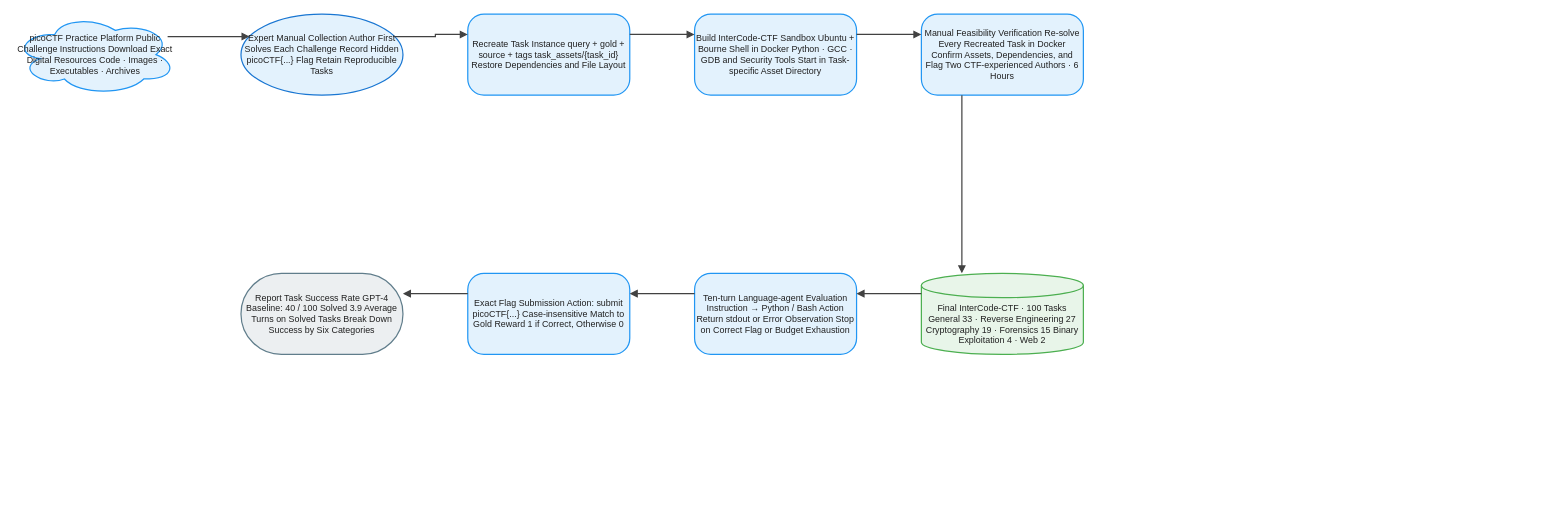
Earlier version of the draw.io diagram client/public/drawio/InterCode-CTF/InterCode-CTF.en.drawio (joe1chief/benchmark-hub). Source tidied: cells renumbered, new cells numbered last; positions are measured from the earlier drawing's top-left corner, leaving out a move shared by most shapes. Both pictures are drawn from the tidied source at 81%, with x=0, y=0 at pixel (14, 14).
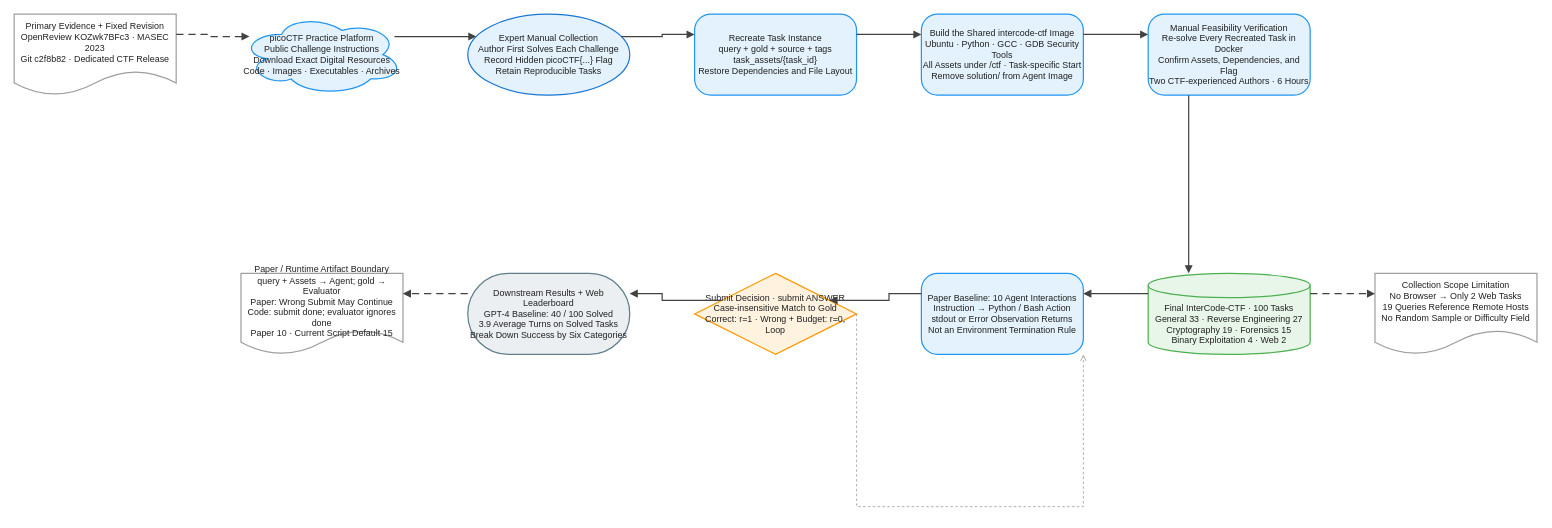
After the change.

Diff of the diagram source:
```diff
@@
-    <mxCell id="2" value="picoCTF Practice Platform Public Challenge Instructions Download Exact Digital Resources Code · Images · Executables · Archives" style="ellipse;shape=cloud;html=1;whiteSpace=wrap;fillColor=#E3F2FD;strokeColor=#2196F3;strokeWidth=1.5;fontColor=#212121;fontSize=11;fontFamily=Arial, Helvetica, sans-serif;verticalAlign=middle;align=center;" parent="1" vertex="1">
+    <mxCell id="2" value="Primary Evidence + Fixed Revision&#10;OpenReview KOZwk7BFc3 · MASEC 2023&#10;Git c2f8b82 · Dedicated CTF Release" style="shape=document;boundedLbl=1;html=0;convertToSvg=1;whiteSpace=wrap;fillColor=#FFFFFF;strokeColor=#9E9E9E;strokeWidth=1.5;fontColor=#212121;fontSize=11;fontFamily=Arial, Helvetica, sans-serif;verticalAlign=middle;align=center;" parent="1" vertex="1">
       <mxGeometry width="200" height="100" as="geometry" />
     </mxCell>
-    <mxCell id="3" value="Expert Manual Collection Author First Solves Each Challenge Record Hidden picoCTF{...} Flag Retain Reproducible Tasks" style="ellipse;html=1;whiteSpace=wrap;fillColor=#E3F2FD;strokeColor=#1976D2;strokeWidth=1.5;fontColor=#212121;fontSize=11;fontFamily=Arial, Helvetica, sans-serif;verticalAlign=middle;align=center;" parent="1" vertex="1">
+    <mxCell id="3" value="picoCTF Practice Platform&#10;Public Challenge Instructions&#10;Download Exact Digital Resources&#10;Code · Images · Executables · Archives" style="ellipse;shape=cloud;html=0;convertToSvg=1;whiteSpace=wrap;fillColor=#E3F2FD;strokeColor=#2196F3;strokeWidth=1.5;fontColor=#212121;fontSize=11;fontFamily=Arial, Helvetica, sans-serif;verticalAlign=middle;align=center;" parent="1" vertex="1">
       <mxGeometry x="280" width="200" height="100" as="geometry" />
     </mxCell>
-    <mxCell id="4" value="Recreate Task Instance query + gold + source + tags task_assets/{task_id} Restore Dependencies and File Layout" style="rounded=1;arcSize=20;html=1;whiteSpace=wrap;fillColor=#E3F2FD;strokeColor=#2196F3;strokeWidth=1.5;fontColor=#212121;fontSize=11;fontFamily=Arial, Helvetica, sans-serif;verticalAlign=middle;align=center;" parent="1" vertex="1">
+    <mxCell id="4" value="Expert Manual Collection&#10;Author First Solves Each Challenge&#10;Record Hidden picoCTF{...} Flag&#10;Retain Reproducible Tasks" style="ellipse;html=0;convertToSvg=1;whiteSpace=wrap;fillColor=#E3F2FD;strokeColor=#1976D2;strokeWidth=1.5;fontColor=#212121;fontSize=11;fontFamily=Arial, Helvetica, sans-serif;verticalAlign=middle;align=center;" parent="1" vertex="1">
       <mxGeometry x="560" width="200" height="100" as="geometry" />
     </mxCell>
-    <mxCell id="5" value="Build InterCode-CTF Sandbox Ubuntu + Bourne Shell in Docker Python · GCC · GDB and Security Tools Start in Task-specific Asset Directory" style="rounded=1;arcSize=20;html=1;whiteSpace=wrap;fillColor=#E3F2FD;strokeColor=#2196F3;strokeWidth=1.5;fontColor=#212121;fontSize=11;fontFamily=Arial, Helvetica, sans-serif;verticalAlign=middle;align=center;" parent="1" vertex="1">
+    <mxCell id="5" value="Recreate Task Instance&#10;query + gold + source + tags&#10;task_assets/{task_id}&#10;Restore Dependencies and File Layout" style="rounded=1;arcSize=20;html=0;convertToSvg=1;whiteSpace=wrap;fillColor=#E3F2FD;strokeColor=#2196F3;strokeWidth=1.5;fontColor=#212121;fontSize=11;fontFamily=Arial, Helvetica, sans-serif;verticalAlign=middle;align=center;" parent="1" vertex="1">
       <mxGeometry x="840" width="200" height="100" as="geometry" />
     </mxCell>
-    <mxCell id="6" value="Manual Feasibility Verification Re-solve Every Recreated Task in Docker Confirm Assets, Dependencies, and Flag Two CTF-experienced Authors · 6 Hours" style="rounded=1;arcSize=20;html=1;whiteSpace=wrap;fillColor=#E3F2FD;strokeColor=#2196F3;strokeWidth=1.5;fontColor=#212121;fontSize=11;fontFamily=Arial, Helvetica, sans-serif;verticalAlign=middle;align=center;" parent="1" vertex="1">
+    <mxCell id="6" value="Build the Shared intercode-ctf Image&#10;Ubuntu · Python · GCC · GDB Security Tools&#10;All Assets under /ctf · Task-specific Start&#10;Remove solution/ from Agent Image" style="rounded=1;arcSize=20;html=0;convertToSvg=1;whiteSpace=wrap;fillColor=#E3F2FD;strokeColor=#2196F3;strokeWidth=1.5;fontColor=#212121;fontSize=11;fontFamily=Arial, Helvetica, sans-serif;verticalAlign=middle;align=center;" parent="1" vertex="1">
       <mxGeometry x="1120" width="200" height="100" as="geometry" />
     </mxCell>
-    <mxCell id="7" value="Final InterCode-CTF · 100 Tasks General 33 · Reverse Engineering 27 Cryptography 19 · Forensics 15 Binary Exploitation 4 · Web 2" style="shape=cylinder3;boundedLbl=1;backgroundOutline=1;size=15;html=1;whiteSpace=wrap;fillColor=#E8F5E9;strokeColor=#4CAF50;strokeWidth=1.5;fontColor=#212121;fontSize=11;fontFamily=Arial, Helvetica, sans-serif;verticalAlign=middle;align=center;" parent="1" vertex="1">
-      <mxGeometry x="1120" y="320" width="200" height="100" as="geometry" />
+    <mxCell id="7" value="Manual Feasibility Verification&#10;Re-solve Every Recreated Task in Docker&#10;Confirm Assets, Dependencies, and Flag&#10;Two CTF-experienced Authors · 6 Hours" style="rounded=1;arcSize=20;html=0;convertToSvg=1;whiteSpace=wrap;fillColor=#E3F2FD;strokeColor=#2196F3;strokeWidth=1.5;fontColor=#212121;fontSize=11;fontFamily=Arial, Helvetica, sans-serif;verticalAlign=middle;align=center;" parent="1" vertex="1">
+      <mxGeometry x="1400" width="200" height="100" as="geometry" />
     </mxCell>
-    <mxCell id="8" value="Ten-turn Language-agent Evaluation Instruction → Python / Bash Action Return stdout or Error Observation Stop on Correct Flag or Budget Exhaustion" style="rounded=1;arcSize=20;html=1;whiteSpace=wrap;fillColor=#E3F2FD;strokeColor=#2196F3;strokeWidth=1.5;fontColor=#212121;fontSize=11;fontFamily=Arial, Helvetica, sans-serif;verticalAlign=middle;align=center;" parent="1" vertex="1">
-      <mxGeometry x="840" y="320" width="200" height="100" as="geometry" />
+    <mxCell id="8" value="Final InterCode-CTF · 100 Tasks&#10;General 33 · Reverse Engineering 27&#10;Cryptography 19 · Forensics 15&#10;Binary Exploitation 4 · Web 2" style="shape=cylinder3;boundedLbl=1;backgroundOutline=1;size=15;html=0;convertToSvg=1;whiteSpace=wrap;fillColor=#E8F5E9;strokeColor=#4CAF50;strokeWidth=1.5;fontColor=#212121;fontSize=11;fontFamily=Arial, Helvetica, sans-serif;verticalAlign=middle;align=center;" parent="1" vertex="1">
+      <mxGeometry x="1400" y="320" width="200" height="100" as="geometry" />
     </mxCell>
-    <mxCell id="9" value="Exact Flag Submission Action: submit picoCTF{...} Case-insensitive Match to Gold Reward 1 if Correct, Otherwise 0" style="rounded=1;arcSize=20;html=1;whiteSpace=wrap;fillColor=#E3F2FD;strokeColor=#2196F3;strokeWidth=1.5;fontColor=#212121;fontSize=11;fontFamily=Arial, Helvetica, sans-serif;verticalAlign=middle;align=center;" parent="1" vertex="1">
-      <mxGeometry x="560" y="320" width="200" height="100" as="geometry" />
+    <mxCell id="9" value="Paper Baseline: 10 Agent Interactions&#10;Instruction → Python / Bash Action&#10;stdout or Error Observation Returns&#10;Not an Environment Termination Rule" style="rounded=1;arcSize=20;html=0;convertToSvg=1;whiteSpace=wrap;fillColor=#E3F2FD;strokeColor=#2196F3;strokeWidth=1.5;fontColor=#212121;fontSize=11;fontFamily=Arial, Helvetica, sans-serif;verticalAlign=middle;align=center;" parent="1" vertex="1">
+      <mxGeometry x="1120" y="320" width="200" height="100" as="geometry" />
     </mxCell>
-    <mxCell id="10" value="Report Task Success Rate GPT-4 Baseline: 40 / 100 Solved 3.9 Average Turns on Solved Tasks Break Down Success by Six Categories" style="rounded=1;arcSize=50;html=1;whiteSpace=wrap;fillColor=#ECEFF1;strokeColor=#607D8B;strokeWidth=1.5;fontColor=#212121;fontSize=11;fontFamily=Arial, Helvetica, sans-serif;verticalAlign=middle;align=center;" parent="1" vertex="1">
-      <mxGeometry x="280" y="320" width="200" height="100" as="geometry" />
+    <mxCell id="10" value="Submit Decision · submit ANSWER&#10;Case-insensitive Match to Gold&#10;Correct: r=1 · Wrong + Budget: r=0, Loop" style="rhombus;html=0;convertToSvg=1;whiteSpace=wrap;fillColor=#FFF3E0;strokeColor=#FF9800;strokeWidth=1.5;fontColor=#212121;fontSize=11;fontFamily=Arial, Helvetica, sans-serif;verticalAlign=middle;align=center;" parent="1" vertex="1">
+      <mxGeometry x="840" y="320" width="200" height="100" as="geometry" />
     </mxCell>
-    <mxCell id="11" style="edgeStyle=orthogonalEdgeStyle;rounded=0;jettySize=auto;html=1;strokeColor=#424242;strokeWidth=1.5;endArrow=block;endFill=1;exitX=1;exitY=0.25;exitDx=0;exitDy=0;entryX=0;entryY=0.25;entryDx=0;entryDy=0;jumpStyle=arc;jumpSize=8;" parent="1" edge="1" source="2" target="3">
-      <mxGeometry relative="1" as="geometry" />
+    <mxCell id="11" value="Downstream Results + Web Leaderboard&#10;GPT-4 Baseline: 40 / 100 Solved&#10;3.9 Average Turns on Solved Tasks&#10;Break Down Success by Six Categories" style="rounded=1;arcSize=50;html=0;convertToSvg=1;whiteSpace=wrap;fillColor=#ECEFF1;strokeColor=#607D8B;strokeWidth=1.5;fontColor=#212121;fontSize=11;fontFamily=Arial, Helvetica, sans-serif;verticalAlign=middle;align=center;" parent="1" vertex="1">
+      <mxGeometry x="560" y="320" width="200" height="100" as="geometry" />
     </mxCell>
-    <mxCell id="12" style="edgeStyle=orthogonalEdgeStyle;rounded=0;jettySize=auto;html=1;strokeColor=#424242;strokeWidth=1.5;endArrow=block;endFill=1;exitX=1;exitY=0.25;exitDx=0;exitDy=0;entryX=0;entryY=0.25;entryDx=0;entryDy=0;jumpStyle=arc;jumpSize=8;" parent="1" edge="1" source="3" target="4">
-      <mxGeometry relative="1" as="geometry" />
+    <mxCell id="12" value="Paper / Runtime Artifact Boundary&#10;query + Assets → Agent; gold → Evaluator&#10;Paper: Wrong Submit May Continue&#10;Code: submit done; evaluator ignores done&#10;Paper 10 · Current Script Default 15" style="shape=document;boundedLbl=1;html=0;convertToSvg=1;whiteSpace=wrap;fillColor=#FFFFFF;strokeColor=#9E9E9E;strokeWidth=1.5;fontColor=#212121;fontSize=11;fontFamily=Arial, Helvetica, sans-serif;verticalAlign=middle;align=center;" parent="1" vertex="1">
+      <mxGeometry x="280" y="320" width="200" height="100" as="geometry" />
     </mxCell>
-    <mxCell id="13" style="edgeStyle=orthogonalEdgeStyle;rounded=0;jettySize=auto;html=1;strokeColor=#424242;strokeWidth=1.5;endArrow=block;endFill=1;exitX=1;exitY=0.25;exitDx=0;exitDy=0;entryX=0;entryY=0.25;entryDx=0;entryDy=0;jumpStyle=arc;jumpSize=8;" parent="1" edge="1" source="4" target="5">
-      <mxGeometry relative="1" as="geometry" />
+    <mxCell id="13" value="Collection Scope Limitation&#10;No Browser → Only 2 Web Tasks&#10;19 Queries Reference Remote Hosts&#10;No Random Sample or Difficulty Field" style="shape=document;boundedLbl=1;html=0;convertToSvg=1;whiteSpace=wrap;fillColor=#FFFFFF;strokeColor=#9E9E9E;strokeWidth=1.5;fontColor=#212121;fontSize=11;fontFamily=Arial, Helvetica, sans-serif;verticalAlign=middle;align=center;" parent="1" vertex="1">
+      <mxGeometry x="1680" y="320" width="200" height="100" as="geometry" />
     </mxCell>
-    <mxCell id="14" style="edgeStyle=orthogonalEdgeStyle;rounded=0;jettySize=auto;html=1;strokeColor=#424242;strokeWidth=1.5;endArrow=block;endFill=1;exitX=1;exitY=0.25;exitDx=0;exitDy=0;entryX=0;entryY=0.25;entryDx=0;entryDy=0;jumpStyle=arc;jumpSize=8;" parent="1" edge="1" source="5" target="6">
+    <mxCell id="14" style="edgeStyle=orthogonalEdgeStyle;rounded=0;jettySize=auto;html=0;convertToSvg=1;strokeColor=#424242;strokeWidth=1.5;endArrow=block;endFill=1;exitX=1;exitY=0.25;exitDx=0;exitDy=0;entryX=0;entryY=0.25;entryDx=0;entryDy=0;dashed=1;dashPattern=6 4;jumpStyle=arc;jumpSize=8;" parent="1" edge="1" source="2" target="3">
       <mxGeometry relative="1" as="geometry" />
     </mxCell>
-    <mxCell id="15" style="edgeStyle=orthogonalEdgeStyle;rounded=0;jettySize=auto;html=1;strokeColor=#424242;strokeWidth=1.5;endArrow=block;endFill=1;exitX=0.25;exitY=1;exitDx=0;exitDy=0;entryX=0.25;entryY=0;entryDx=0;entryDy=0;jumpStyle=arc;jumpSize=8;" parent="1" edge="1" source="6" target="7">
+    <mxCell id="15" style="edgeStyle=orthogonalEdgeStyle;rounded=0;jettySize=auto;html=0;convertToSvg=1;strokeColor=#424242;strokeWidth=1.5;endArrow=block;endFill=1;exitX=1;exitY=0.25;exitDx=0;exitDy=0;entryX=0;entryY=0.25;entryDx=0;entryDy=0;jumpStyle=arc;jumpSize=8;" parent="1" edge="1" source="3" target="4">
       <mxGeometry relative="1" as="geometry" />
     </mxCell>
-    <mxCell id="16" style="edgeStyle=orthogonalEdgeStyle;rounded=0;jettySize=auto;html=1;strokeColor=#424242;strokeWidth=1.5;endArrow=block;endFill=1;exitX=0;exitY=0.25;exitDx=0;exitDy=0;entryX=1;entryY=0.25;entryDx=0;entryDy=0;jumpStyle=arc;jumpSize=8;" parent="1" edge="1" source="7" target="8">
+    <mxCell id="16" style="edgeStyle=orthogonalEdgeStyle;rounded=0;jettySize=auto;html=0;convertToSvg=1;strokeColor=#424242;strokeWidth=1.5;endArrow=block;endFill=1;exitX=1;exitY=0.25;exitDx=0;exitDy=0;entryX=0;entryY=0.25;entryDx=0;entryDy=0;jumpStyle=arc;jumpSize=8;" parent="1" edge="1" source="4" target="5">
       <mxGeometry relative="1" as="geometry" />
     </mxCell>
-    <mxCell id="17" style="edgeStyle=orthogonalEdgeStyle;rounded=0;jettySize=auto;html=1;strokeColor=#424242;strokeWidth=1.5;endArrow=block;endFill=1;exitX=0;exitY=0.25;exitDx=0;exitDy=0;entryX=1;entryY=0.25;entryDx=0;entryDy=0;jumpStyle=arc;jumpSize=8;" parent="1" edge="1" source="8" target="9">
+    <mxCell id="17" style="edgeStyle=orthogonalEdgeStyle;rounded=0;jettySize=auto;html=0;convertToSvg=1;strokeColor=#424242;strokeWidth=1.5;endArrow=block;endFill=1;exitX=1;exitY=0.25;exitDx=0;exitDy=0;entryX=0;entryY=0.25;entryDx=0;entryDy=0;jumpStyle=arc;jumpSize=8;" parent="1" edge="1" source="5" target="6">
       <mxGeometry relative="1" as="geometry" />
     </mxCell>
-    <mxCell id="18" style="edgeStyle=orthogonalEdgeStyle;rounded=0;jettySize=auto;html=1;strokeColor=#424242;strokeWidth=1.5;endArrow=block;endFill=1;exitX=0;exitY=0.25;exitDx=0;exitDy=0;entryX=1;entryY=0.25;entryDx=0;entryDy=0;jumpStyle=arc;jumpSize=8;" parent="1" edge="1" source="9" target="10">
+    <mxCell id="18" style="edgeStyle=orthogonalEdgeStyle;rounded=0;jettySize=auto;html=0;convertToSvg=1;strokeColor=#424242;strokeWidth=1.5;endArrow=block;endFill=1;exitX=1;exitY=0.25;exitDx=0;exitDy=0;entryX=0;entryY=0.25;entryDx=0;entryDy=0;jumpStyle=arc;jumpSize=8;" parent="1" edge="1" source="6" target="7">
       <mxGeometry relative="1" as="geometry" />
     </mxCell>
+    <mxCell id="19" style="edgeStyle=orthogonalEdgeStyle;rounded=0;jettySize=auto;html=0;convertToSvg=1;strokeColor=#424242;strokeWidth=1.5;endArrow=block;endFill=1;exitX=0.25;exitY=1;exitDx=0;exitDy=0;entryX=0.25;entryY=0;entryDx=0;entryDy=0;jumpStyle=arc;jumpSize=8;" parent="1" edge="1" source="7" target="8">
+      <mxGeometry relative="1" as="geometry" />
+    </mxCell>
+    <mxCell id="20" style="edgeStyle=orthogonalEdgeStyle;rounded=0;jettySize=auto;html=0;convertToSvg=1;strokeColor=#424242;strokeWidth=1.5;endArrow=block;endFill=1;exitX=0;exitY=0.25;exitDx=0;exitDy=0;entryX=1;entryY=0.25;entryDx=0;entryDy=0;jumpStyle=arc;jumpSize=8;" parent="1" edge="1" source="8" target="9">
+      <mxGeometry relative="1" as="geometry" />
+    </mxCell>
+    <mxCell id="21" style="edgeStyle=orthogonalEdgeStyle;rounded=0;jettySize=auto;html=0;convertToSvg=1;strokeColor=#424242;strokeWidth=1.5;endArrow=block;endFill=1;exitX=1;exitY=0.25;exitDx=0;exitDy=0;entryX=0;entryY=0.25;entryDx=0;entryDy=0;dashed=1;dashPattern=6 4;jumpStyle=arc;jumpSize=8;" parent="1" edge="1" source="8" target="13">
+      <mxGeometry relative="1" as="geometry" />
+    </mxCell>
+    <mxCell id="22" style="edgeStyle=orthogonalEdgeStyle;rounded=0;jettySize=auto;html=0;convertToSvg=1;strokeColor=#424242;strokeWidth=1.5;endArrow=block;endFill=1;exitX=0;exitY=0.25;exitDx=0;exitDy=0;entryX=1;entryY=0.25;entryDx=0;entryDy=0;jumpStyle=arc;jumpSize=8;" parent="1" edge="1" source="9" target="10">
+      <mxGeometry relative="1" as="geometry" />
+    </mxCell>
+    <mxCell id="23" style="edgeStyle=orthogonalEdgeStyle;rounded=0;jettySize=auto;html=0;convertToSvg=1;strokeColor=#9E9E9E;strokeWidth=1;endArrow=open;endFill=0;dashed=1;dashPattern=3 3;jumpStyle=arc;jumpSize=8;" parent="1" edge="1" source="10" target="9">
+      <mxGeometry relative="1" as="geometry">
+        <Array as="points">
+          <mxPoint x="1040" y="608" />
+          <mxPoint x="1320" y="608" />
+        </Array>
+      </mxGeometry>
+    </mxCell>
+    <mxCell id="24" style="edgeStyle=orthogonalEdgeStyle;rounded=0;jettySize=auto;html=0;convertToSvg=1;strokeColor=#424242;strokeWidth=1.5;endArrow=block;endFill=1;exitX=0;exitY=0.25;exitDx=0;exitDy=0;entryX=1;entryY=0.25;entryDx=0;entryDy=0;jumpStyle=arc;jumpSize=8;" parent="1" edge="1" source="10" target="11">
+      <mxGeometry relative="1" as="geometry" />
+    </mxCell>
+    <mxCell id="25" style="edgeStyle=orthogonalEdgeStyle;rounded=0;jettySize=auto;html=0;convertToSvg=1;strokeColor=#424242;strokeWidth=1.5;endArrow=block;endFill=1;exitX=0;exitY=0.25;exitDx=0;exitDy=0;entryX=1;entryY=0.25;entryDx=0;entryDy=0;dashed=1;dashPattern=6 4;jumpStyle=arc;jumpSize=8;" parent="1" edge="1" source="11" target="12">
+      <mxGeometry relative="1" as="geometry" />
+    </mxCell>
```
